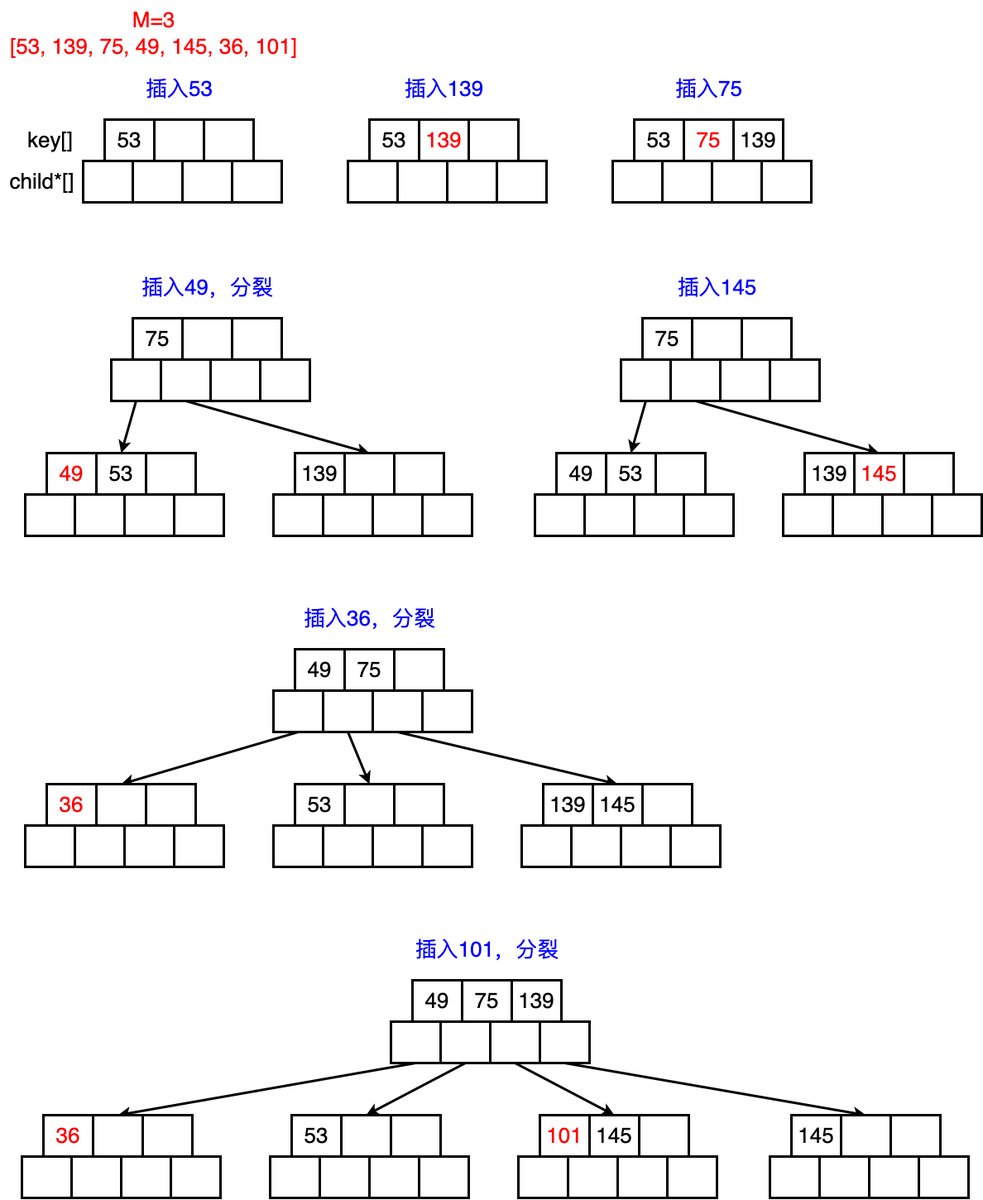
Before: CS/数据结构与算法/B树插入.drawio.png, a diagram exported from draw.io (superwjfeng/MarkdownWriting). Source tidied: cells renumbered, new cells last; positions are measured from the earlier drawing's top-left corner, leaving out a move shared by most shapes.
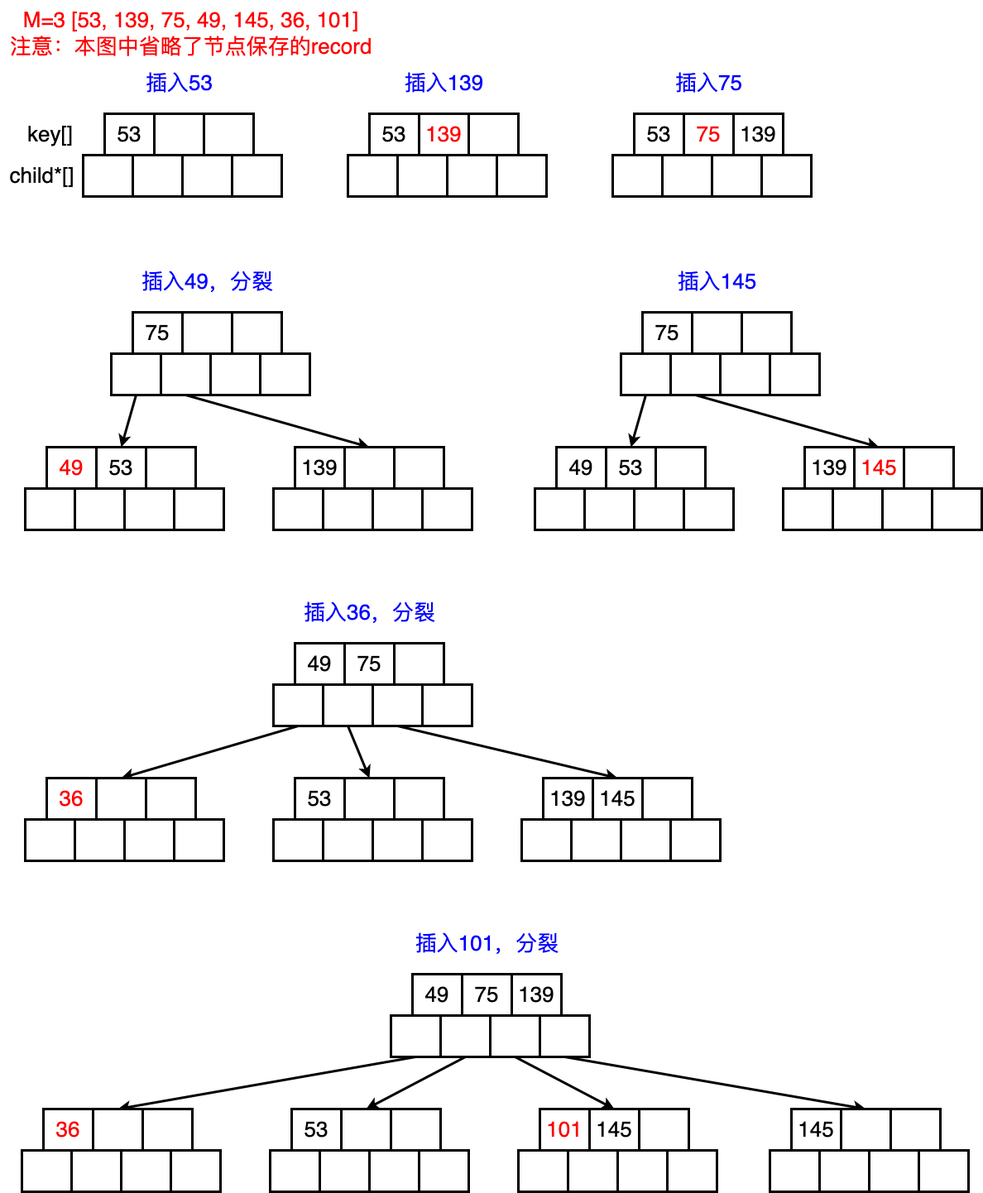
Above is the later version.

Diff of the diagram source:
```diff
@@ -32,8 +32,8 @@
     <mxCell id="11" value="&lt;font color=&quot;#0000ff&quot; style=&quot;font-size: 26px;&quot;&gt;插入53&lt;/font&gt;" style="text;html=1;align=center;verticalAlign=middle;strokeColor=none;fillColor=none;" parent="1" vertex="1">
       <mxGeometry x="166" y="87" width="100" height="40" as="geometry" />
     </mxCell>
-    <mxCell id="12" value="&lt;font color=&quot;#ff0000&quot; style=&quot;font-size: 26px;&quot;&gt;M=3&lt;br&gt;[53, 139, 75, 49, 145, 36, 101]&lt;/font&gt;" style="text;html=1;align=center;verticalAlign=middle;strokeColor=none;fillColor=none;" parent="1" vertex="1">
-      <mxGeometry width="370" height="80" as="geometry" />
+    <mxCell id="12" value="&lt;font color=&quot;#ff0000&quot; style=&quot;font-size: 26px;&quot;&gt;M=3 [53, 139, 75, 49, 145, 36, 101]&lt;br&gt;注意：本图中省略了节点保存的record&lt;br&gt;&lt;/font&gt;" style="text;html=1;align=center;verticalAlign=middle;strokeColor=none;fillColor=none;" parent="1" vertex="1">
+      <mxGeometry y="7" width="460" height="80" as="geometry" />
     </mxCell>
     <mxCell id="13" value="&lt;font style=&quot;font-size: 26px;&quot;&gt;53&lt;/font&gt;" style="rounded=0;whiteSpace=wrap;html=1;strokeWidth=3;" parent="1" vertex="1">
       <mxGeometry x="446" y="144" width="60" height="50" as="geometry" />
```
